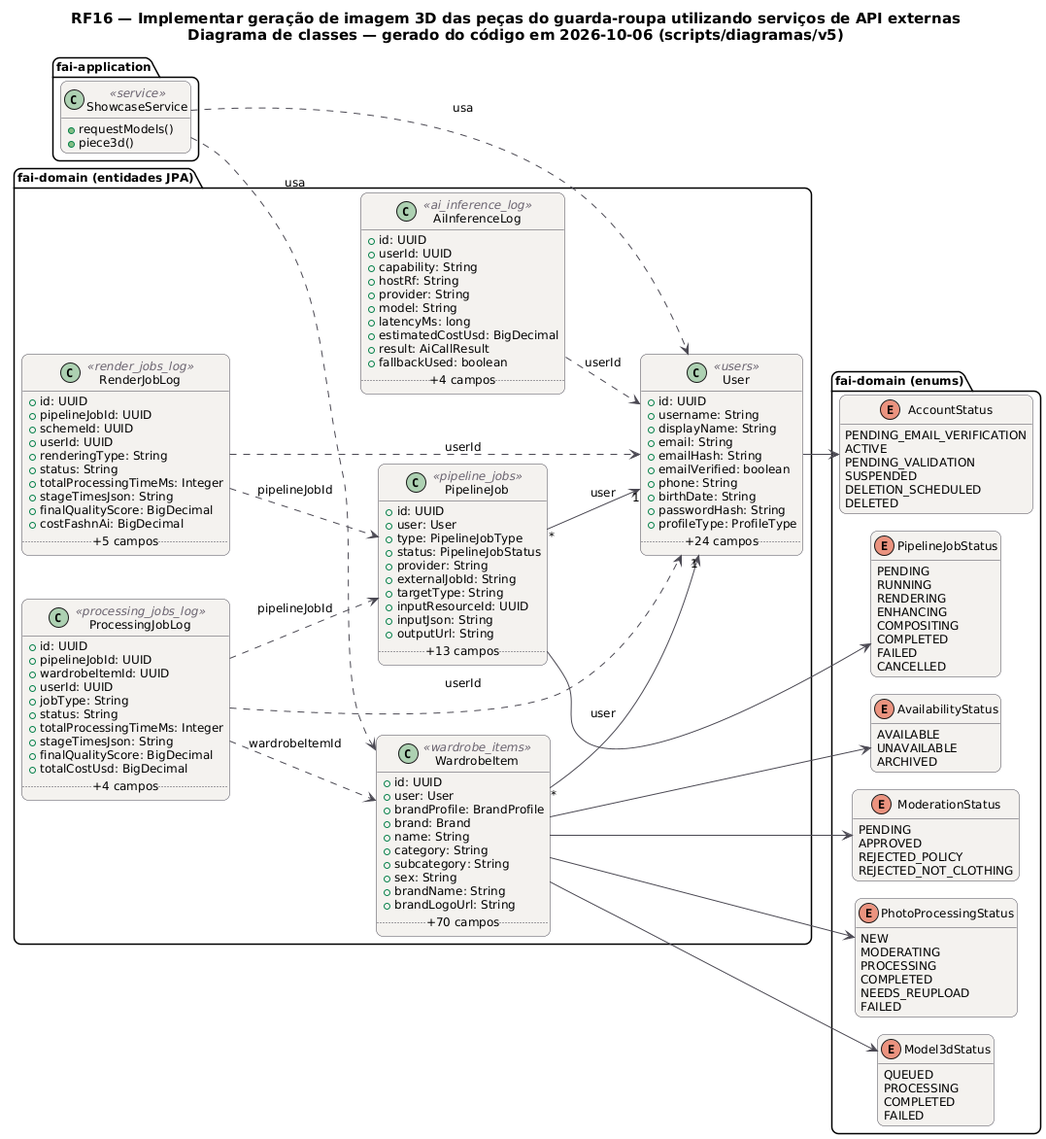
Earlier version of the PlantUML export docs/diagramas/RF16/RF16_Classes.png (MatheusHaliski/tcc-2026-fashion-ai-backend). Its diagram source:
```plantuml
@startuml RF16_Classes
!pragma layout smetana
skinparam backgroundColor #FFFFFF
skinparam shadowing false
skinparam defaultFontName "DejaVu Sans"
skinparam defaultFontSize 12
skinparam titleFontSize 15
skinparam roundcorner 14
skinparam ArrowColor #52606D
skinparam note {
  BackgroundColor #FFFDEB
  BorderColor #D8CE78
  FontColor #554F24
}
skinparam class {
  BackgroundColor #F4F2EF
  BorderColor #4A4852
  ArrowColor #4A4852
  StereotypeFontColor #6B6470
}
hide empty members
left to right direction
title RF16 — Implementar geração de imagem 3D das peças do guarda-roupa utilizando serviços de API externas\nDiagrama de classes — gerado do código em 2026-10-06 (scripts/diagramas/v5)

package "fai-domain (entidades JPA)" {
  class AiInferenceLog <<ai_inference_log>> {
    +id: UUID
    +userId: UUID
    +capability: String
    +hostRf: String
    +provider: String
    +model: String
    +latencyMs: long
    +estimatedCostUsd: BigDecimal
    +result: AiCallResult
    +fallbackUsed: boolean
    .. +4 campos ..
  }
  class PipelineJob <<pipeline_jobs>> {
    +id: UUID
    +user: User
    +type: PipelineJobType
    +status: PipelineJobStatus
    +provider: String
    +externalJobId: String
    +targetType: String
    +inputResourceId: UUID
    +inputJson: String
    +outputUrl: String
    .. +13 campos ..
  }
  class ProcessingJobLog <<processing_jobs_log>> {
    +id: UUID
    +pipelineJobId: UUID
    +wardrobeItemId: UUID
    +userId: UUID
    +jobType: String
    +status: String
    +totalProcessingTimeMs: Integer
    +stageTimesJson: String
    +finalQualityScore: BigDecimal
    +totalCostUsd: BigDecimal
    .. +4 campos ..
  }
  class RenderJobLog <<render_jobs_log>> {
    +id: UUID
    +pipelineJobId: UUID
    +schemeId: UUID
    +userId: UUID
    +renderingType: String
    +status: String
    +totalProcessingTimeMs: Integer
    +stageTimesJson: String
    +finalQualityScore: BigDecimal
    +costFashnAi: BigDecimal
    .. +5 campos ..
  }
  class User <<users>> {
    +id: UUID
    +username: String
    +displayName: String
    +email: String
    +emailHash: String
    +emailVerified: boolean
    +phone: String
    +birthDate: String
    +passwordHash: String
    +profileType: ProfileType
    .. +24 campos ..
  }
  class WardrobeItem <<wardrobe_items>> {
    +id: UUID
    +user: User
    +brandProfile: BrandProfile
    +brand: Brand
    +name: String
    +category: String
    +subcategory: String
    +sex: String
    +brandName: String
    +brandLogoUrl: String
    .. +70 campos ..
  }
}
package "fai-domain (enums)" {
  enum PipelineJobStatus {
    PENDING
    RUNNING
    RENDERING
    ENHANCING
    COMPOSITING
    COMPLETED
    FAILED
    CANCELLED
  }
  enum AccountStatus {
    PENDING_EMAIL_VERIFICATION
    ACTIVE
    PENDING_VALIDATION
    SUSPENDED
    DELETION_SCHEDULED
    DELETED
  }
  enum AvailabilityStatus {
    AVAILABLE
    UNAVAILABLE
    ARCHIVED
  }
  enum ModerationStatus {
    PENDING
    APPROVED
    REJECTED_POLICY
    REJECTED_NOT_CLOTHING
  }
  enum PhotoProcessingStatus {
    NEW
    MODERATING
    PROCESSING
    COMPLETED
    NEEDS_REUPLOAD
    FAILED
  }
  enum Model3dStatus {
    QUEUED
    PROCESSING
    COMPLETED
    FAILED
  }
}
package "fai-application" {
  class ShowcaseService <<service>> {
    +requestModels()
    +piece3d()
  }
}
ShowcaseService ..> User : usa
ShowcaseService ..> WardrobeItem : usa
AiInferenceLog ..> User : userId
PipelineJob "*" --> "1" User : user
PipelineJob --> PipelineJobStatus
ProcessingJobLog ..> PipelineJob : pipelineJobId
ProcessingJobLog ..> User : userId
ProcessingJobLog ..> WardrobeItem : wardrobeItemId
RenderJobLog ..> PipelineJob : pipelineJobId
RenderJobLog ..> User : userId
User --> AccountStatus
WardrobeItem "*" --> "1" User : user
WardrobeItem --> AvailabilityStatus
WardrobeItem --> Model3dStatus
WardrobeItem --> ModerationStatus
WardrobeItem --> PhotoProcessingStatus
@enduml
```
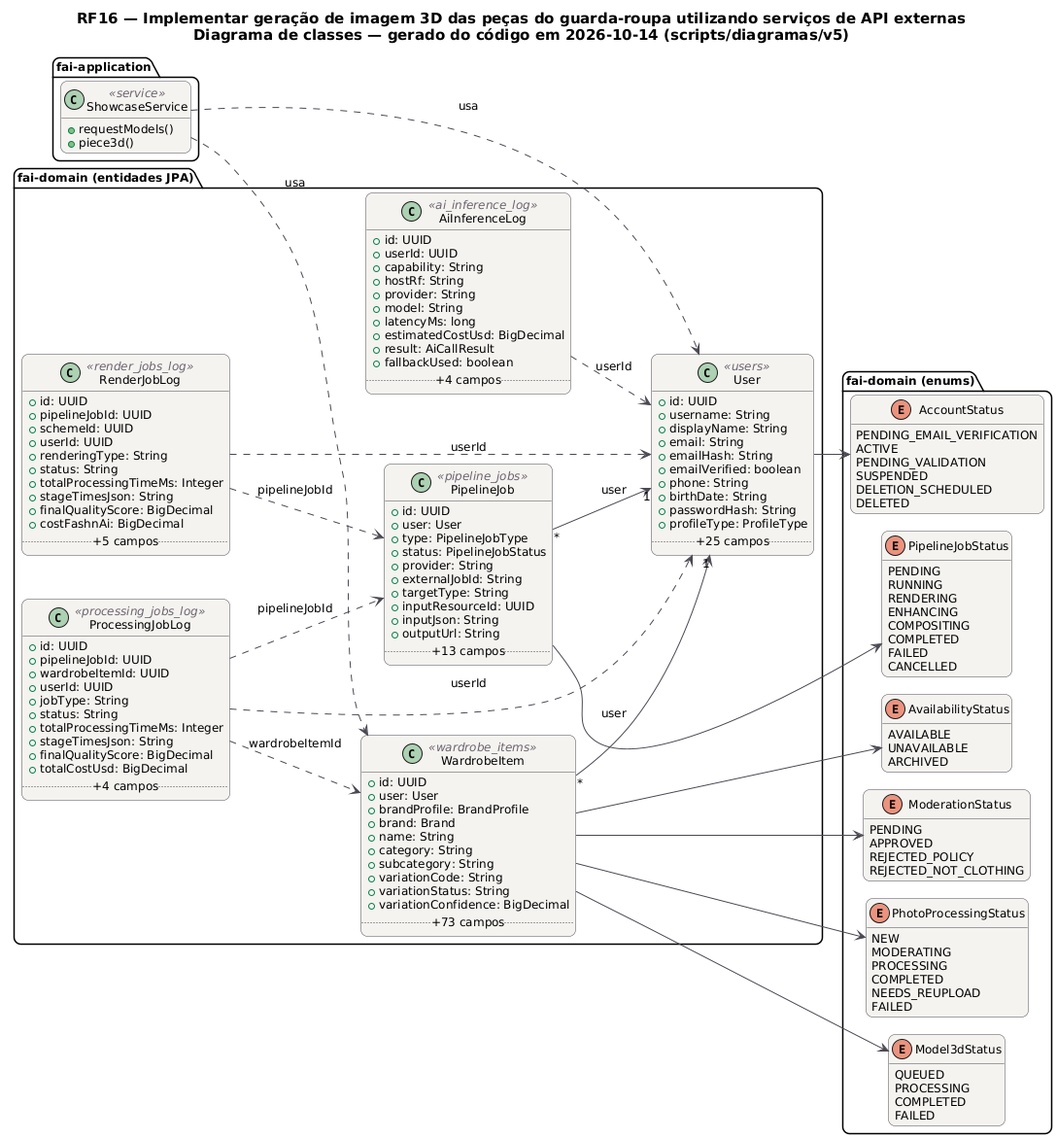
The same diagram one commit later.

The edit, as a diff of the source:
```diff
@@ -20,7 +20,7 @@
 }
 hide empty members
 left to right direction
-title RF16 — Implementar geração de imagem 3D das peças do guarda-roupa utilizando serviços de API externas\nDiagrama de classes — gerado do código em 2026-10-06 (scripts/diagramas/v5)
+title RF16 — Implementar geração de imagem 3D das peças do guarda-roupa utilizando serviços de API externas\nDiagrama de classes — gerado do código em 2026-10-14 (scripts/diagramas/v5)
 
 package "fai-domain (entidades JPA)" {
   class AiInferenceLog <<ai_inference_log>> {
@@ -86,7 +86,7 @@
     +birthDate: String
     +passwordHash: String
     +profileType: ProfileType
-    .. +24 campos ..
+    .. +25 campos ..
   }
   class WardrobeItem <<wardrobe_items>> {
     +id: UUID
@@ -96,10 +96,10 @@
     +name: String
     +category: String
     +subcategory: String
-    +sex: String
-    +brandName: String
-    +brandLogoUrl: String
-    .. +70 campos ..
+    +variationCode: String
+    +variationStatus: String
+    +variationConfidence: BigDecimal
+    .. +73 campos ..
   }
 }
 package "fai-domain (enums)" {
```
